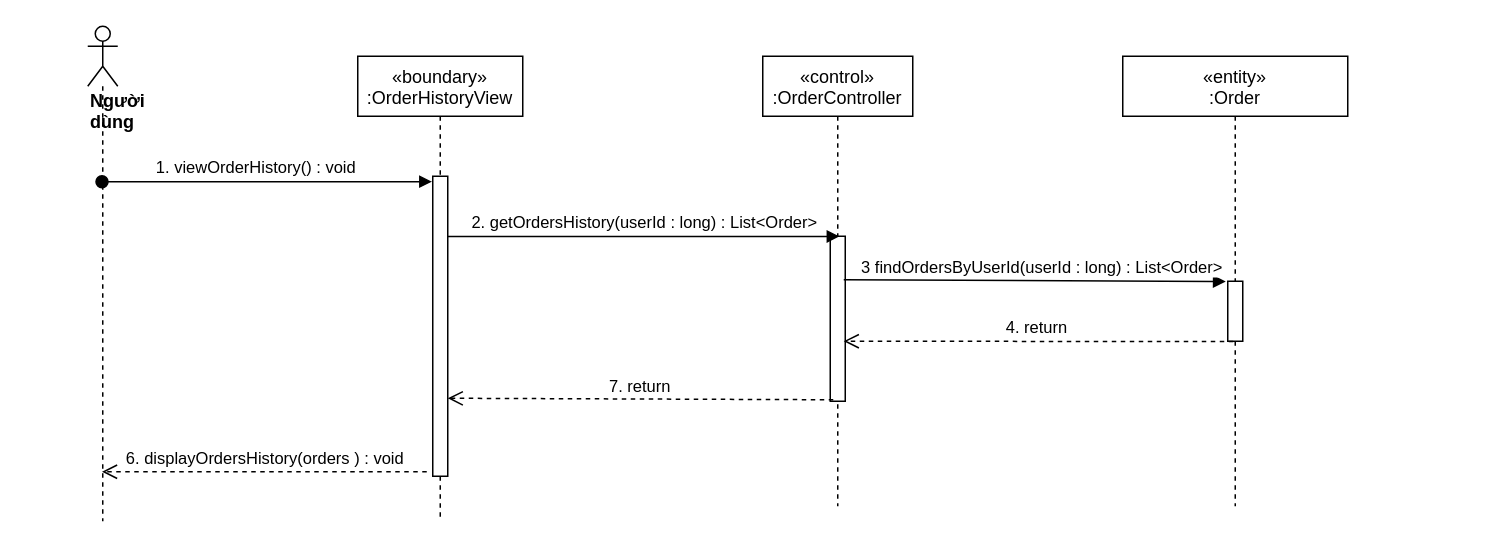
Above: sequence diagram/getOrderHistory-sequence.drawio in nguyenphamvan/datn_20202 (draw.io), before the change. Source tidied: cells renumbered, new cells numbered last; positions are measured from the earlier drawing's top-left corner, leaving out a move shared by most shapes. Both pictures are drawn from the tidied source at 150%, with x=0, y=0 at pixel (87, 26).
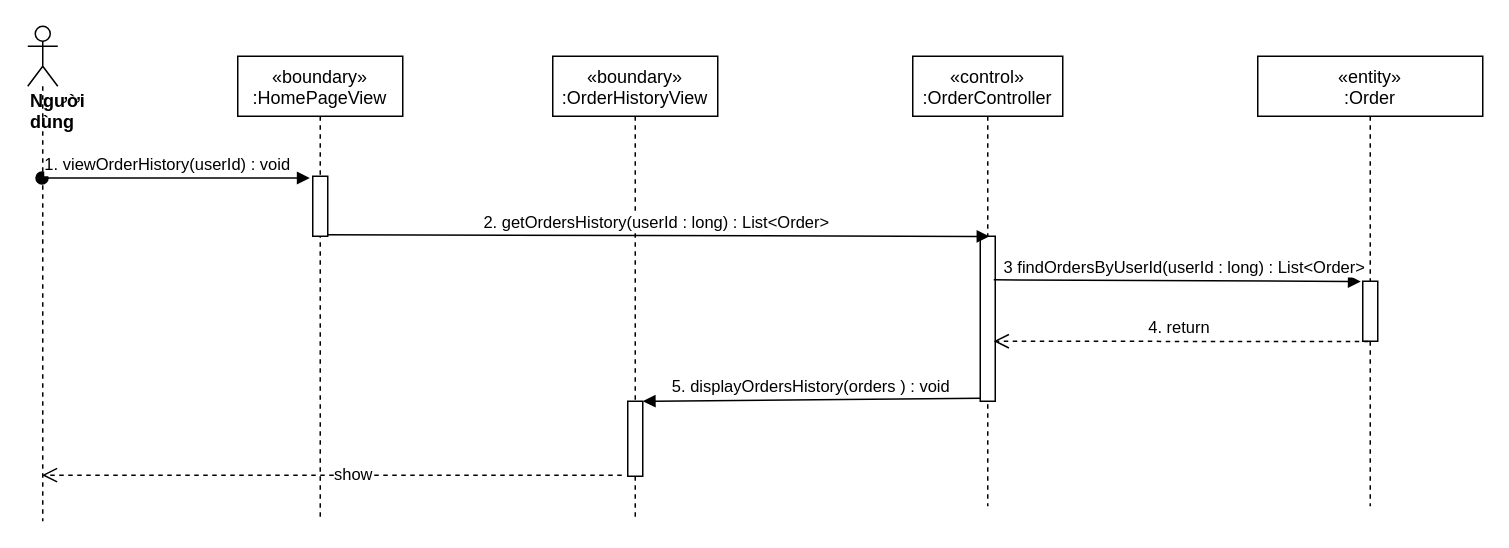
The same diagram, later.

Change to the diagram source:
```diff
@@
 <mxGraphModel>
   <root>
     <mxCell id="0" />
     <mxCell id="1" parent="0" />
     <mxCell id="2" value="«boundary»&#10;:OrderHistoryView" style="shape=umlLifeline;perimeter=lifelinePerimeter;rounded=0;shadow=0;strokeWidth=1;" parent="1" vertex="1">
-      <mxGeometry x="180" y="20" width="110" height="310" as="geometry" />
+      <mxGeometry x="310" y="20" width="110" height="310" as="geometry" />
     </mxCell>
     <mxCell id="3" style="points=[];perimeter=orthogonalPerimeter;rounded=0;shadow=0;strokeWidth=1;" parent="2" vertex="1">
-      <mxGeometry x="50" y="80" width="10" height="200" as="geometry" />
+      <mxGeometry x="50" y="230" width="10" height="50" as="geometry" />
     </mxCell>
     <mxCell id="4" value="«control»&#10;:OrderController" style="shape=umlLifeline;perimeter=lifelinePerimeter;rounded=0;shadow=0;strokeWidth=1;" parent="1" vertex="1">
-      <mxGeometry x="450" y="20" width="100" height="300" as="geometry" />
+      <mxGeometry x="550" y="20" width="100" height="300" as="geometry" />
     </mxCell>
     <mxCell id="5" style="points=[];perimeter=orthogonalPerimeter;rounded=0;shadow=0;strokeWidth=1;" parent="4" vertex="1">
       <mxGeometry x="45" y="120" width="10" height="110" as="geometry" />
     </mxCell>
-    <mxCell id="6" value="&lt;div&gt;&lt;b&gt;Người dùng&lt;/b&gt;&lt;/div&gt;" style="shape=umlLifeline;participant=umlActor;perimeter=lifelinePerimeter;whiteSpace=wrap;html=1;verticalAlign=top;spacingTop=36;outlineConnect=0;align=left;" parent="1" vertex="1">
-      <mxGeometry width="20" height="330" as="geometry" />
+    <mxCell id="6" value="&lt;div&gt;&lt;b&gt;Người dùng&lt;/b&gt;&lt;/div&gt;" style="shape=umlLifeline;participant=umlActor;perimeter=lifelinePerimeter;whiteSpace=wrap;html=1;verticalAlign=top;spacingTop=36;outlineConnect=0;align=left;size=40;" parent="1" vertex="1">
+      <mxGeometry x="-40" width="20" height="330" as="geometry" />
     </mxCell>
-    <mxCell id="7" value="1. viewOrderHistory() : void" style="verticalAlign=bottom;startArrow=oval;endArrow=block;startSize=8;shadow=0;strokeWidth=1;entryX=-0.05;entryY=0.018;entryDx=0;entryDy=0;entryPerimeter=0;" parent="1" edge="1" source="6" target="3">
+    <mxCell id="7" value="1. viewOrderHistory(userId) : void" style="verticalAlign=bottom;startArrow=oval;endArrow=block;startSize=8;shadow=0;strokeWidth=1;entryX=-0.2;entryY=0.03;entryDx=0;entryDy=0;entryPerimeter=0;" parent="1" edge="1" source="6" target="17">
       <mxGeometry x="-0.06" relative="1" as="geometry" />
     </mxCell>
-    <mxCell id="8" value="2. getOrdersHistory(userId : long) : List&amp;lt;Order&amp;gt;" style="html=1;verticalAlign=bottom;endArrow=block;entryX=0.617;entryY=0.001;entryDx=0;entryDy=0;entryPerimeter=0;" parent="1" edge="1" source="3" target="5">
+    <mxCell id="8" value="2. getOrdersHistory(userId : long) : List&amp;lt;Order&amp;gt;" style="html=1;verticalAlign=bottom;endArrow=block;entryX=0.617;entryY=0.001;entryDx=0;entryDy=0;entryPerimeter=0;exitX=0.518;exitY=0.384;exitDx=0;exitDy=0;exitPerimeter=0;" parent="1" edge="1" source="16" target="5">
       <mxGeometry relative="1" as="geometry" />
     </mxCell>
     <mxCell id="9" value="«entity»&#10;:Order" style="shape=umlLifeline;perimeter=lifelinePerimeter;rounded=0;shadow=0;strokeWidth=1;" parent="1" vertex="1">
-      <mxGeometry x="690" y="20" width="150" height="300" as="geometry" />
+      <mxGeometry x="780" y="20" width="150" height="300" as="geometry" />
     </mxCell>
     <mxCell id="10" style="points=[];perimeter=orthogonalPerimeter;rounded=0;shadow=0;strokeWidth=1;" parent="9" vertex="1">
       <mxGeometry x="70" y="150" width="10" height="40" as="geometry" />
     </mxCell>
     <mxCell id="11" value="3 findOrdersByUserId(userId : long) : List&amp;lt;Order&amp;gt;" style="html=1;verticalAlign=bottom;endArrow=block;entryX=-0.133;entryY=0.004;entryDx=0;entryDy=0;entryPerimeter=0;exitX=0.9;exitY=0.264;exitDx=0;exitDy=0;exitPerimeter=0;" parent="1" edge="1" source="5" target="10">
       <mxGeometry x="0.04" relative="1" as="geometry" />
     </mxCell>
     <mxCell id="12" value="4. return&amp;nbsp;" style="html=1;verticalAlign=bottom;endArrow=open;dashed=1;endSize=8;exitX=0.367;exitY=1.006;exitDx=0;exitDy=0;exitPerimeter=0;entryX=0.9;entryY=0.636;entryDx=0;entryDy=0;entryPerimeter=0;" parent="1" edge="1" source="10" target="5">
       <mxGeometry relative="1" as="geometry" />
     </mxCell>
+    <mxCell id="14" style="html=1;verticalAlign=bottom;endArrow=open;dashed=1;endSize=8;exitX=-0.4;exitY=0.985;exitDx=0;exitDy=0;exitPerimeter=0;" parent="1" edge="1" source="3" target="6">
+      <mxGeometry relative="1" as="geometry" />
+    </mxCell>
+    <mxCell id="15" value="show" style="edgeLabel;html=1;align=center;verticalAlign=middle;" parent="14" vertex="1">
+      <mxGeometry x="-0.07" y="-1" relative="1" as="geometry" />
+    </mxCell>
+    <mxCell id="16" value="«boundary»&#10;:HomePageView" style="shape=umlLifeline;perimeter=lifelinePerimeter;rounded=0;shadow=0;strokeWidth=1;" parent="1" vertex="1">
+      <mxGeometry x="100" y="20" width="110" height="310" as="geometry" />
+    </mxCell>
+    <mxCell id="17" style="points=[];perimeter=orthogonalPerimeter;rounded=0;shadow=0;strokeWidth=1;" parent="16" vertex="1">
+      <mxGeometry x="50" y="80" width="10" height="40" as="geometry" />
+    </mxCell>
-    <mxCell id="13" value="7. return" style="html=1;verticalAlign=bottom;endArrow=open;dashed=1;endSize=8;entryX=1;entryY=0.74;entryDx=0;entryDy=0;entryPerimeter=0;exitX=0.2;exitY=0.991;exitDx=0;exitDy=0;exitPerimeter=0;" parent="1" edge="1" source="5" target="3">
+    <mxCell id="13" value="5. displayOrdersHistory(orders ) : void" style="html=1;verticalAlign=bottom;endArrow=block;exitX=0;exitY=0.982;exitDx=0;exitDy=0;exitPerimeter=0;entryX=1;entryY=0;entryDx=0;entryDy=0;entryPerimeter=0;" parent="1" edge="1" source="5" target="3">
       <mxGeometry relative="1" as="geometry" />
     </mxCell>
-    <mxCell id="14" value="6. displayOrdersHistory(orders ) : void" style="html=1;verticalAlign=bottom;endArrow=open;dashed=1;endSize=8;exitX=-0.4;exitY=0.985;exitDx=0;exitDy=0;exitPerimeter=0;" parent="1" edge="1" source="3" target="6">
-      <mxGeometry relative="1" as="geometry" />
-    </mxCell>
   </root>
 </mxGraphModel>
```
